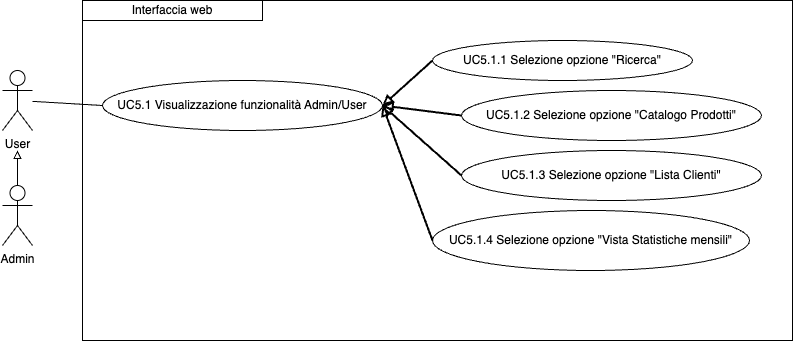
The draw.io diagram imgs/Uml/UC5.1.png in ShameIRL/farmacode, before a commit. Source tidied: cells renumbered, new cells last; positions are measured from the earlier drawing's top-left corner, leaving out a move shared by most shapes.
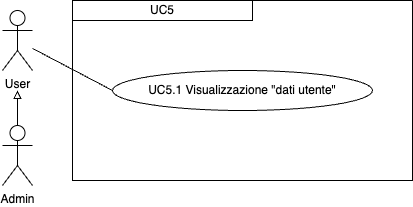
Later version of the same file.

What changed in the source:
```diff
@@ -2,54 +2,28 @@
   <root>
     <mxCell id="0" />
     <mxCell id="1" parent="0" />
-    <mxCell id="2" value="UC5.1.1 Selezione opzione &quot;Ricerca&quot;" style="ellipse;whiteSpace=wrap;html=1;" parent="1" vertex="1">
-      <mxGeometry x="430" y="40" width="260" height="40" as="geometry" />
-    </mxCell>
-    <mxCell id="3" value="UC5.1.2 Selezione opzione &quot;Catalogo Prodotti&quot;" style="ellipse;whiteSpace=wrap;html=1;" parent="1" vertex="1">
-      <mxGeometry x="459" y="90" width="300" height="50" as="geometry" />
-    </mxCell>
-    <mxCell id="4" value="UC5.1.3 Selezione opzione &quot;Lista Clienti&quot;" style="ellipse;whiteSpace=wrap;html=1;" parent="1" vertex="1">
-      <mxGeometry x="459" y="150" width="300" height="50" as="geometry" />
-    </mxCell>
-    <mxCell id="5" style="endArrow=none;html=1;rounded=0;entryX=0;entryY=0.5;entryDx=0;entryDy=0;startArrow=block;startFill=0;strokeWidth=2;exitX=1;exitY=0.5;exitDx=0;exitDy=0;" parent="1" edge="1" source="9">
-      <mxGeometry relative="1" as="geometry">
-        <mxPoint x="430" y="60" as="targetPoint" />
-      </mxGeometry>
-    </mxCell>
-    <mxCell id="6" value="UC5.1.4 Selezione opzione &quot;Vista Statistiche mensili&lt;span style=&quot;background-color: initial;&quot;&gt;&quot;&lt;/span&gt;" style="ellipse;whiteSpace=wrap;html=1;" parent="1" vertex="1">
-      <mxGeometry x="430" y="210" width="317" height="60" as="geometry" />
-    </mxCell>
-    <mxCell id="7" style="endArrow=none;html=1;rounded=0;entryX=0;entryY=0.5;entryDx=0;entryDy=0;startArrow=block;startFill=0;strokeWidth=2;exitX=1;exitY=0.5;exitDx=0;exitDy=0;" parent="1" edge="1" source="9" target="6">
-      <mxGeometry relative="1" as="geometry" />
-    </mxCell>
-    <mxCell id="8" style="endArrow=none;html=1;rounded=0;entryX=0;entryY=0.5;entryDx=0;entryDy=0;startArrow=block;startFill=0;strokeWidth=2;exitX=1;exitY=0.5;exitDx=0;exitDy=0;" parent="1" edge="1" source="9" target="3">
-      <mxGeometry relative="1" as="geometry" />
-    </mxCell>
-    <mxCell id="9" value="UC5.1 Visualizzazione funzionalità Admin/User" style="ellipse;whiteSpace=wrap;html=1;" parent="1" vertex="1">
-      <mxGeometry x="100" y="80" width="280" height="50" as="geometry" />
-    </mxCell>
     <mxCell id="10" value="User" style="shape=umlActor;verticalLabelPosition=bottom;verticalAlign=top;html=1;outlineConnect=0;" parent="1" vertex="1">
       <mxGeometry y="70" width="30" height="60" as="geometry" />
     </mxCell>
-    <mxCell id="11" style="edgeStyle=orthogonalEdgeStyle;rounded=0;jettySize=auto;html=1;exitX=0.5;exitY=0;exitDx=0;exitDy=0;exitPerimeter=0;endArrow=block;endFill=0;" parent="1" edge="1" source="12">
-      <mxGeometry relative="1" as="geometry">
-        <mxPoint x="15" y="150" as="targetPoint" />
-      </mxGeometry>
-    </mxCell>
+    <mxCell id="17" style="swimlane;startSize=0;" parent="1" vertex="1">
+      <mxGeometry x="70" y="60" width="340" height="180" as="geometry" />
+    </mxCell>
+    <mxCell id="18" value="UC5.1 Visualizzazione &quot;dati utente&quot;" style="ellipse;whiteSpace=wrap;html=1;" parent="17" vertex="1">
+      <mxGeometry x="40" y="70" width="260" height="40" as="geometry" />
+    </mxCell>
+    <mxCell id="19" value="UC5" style="rounded=0;whiteSpace=wrap;html=1;" parent="17" vertex="1">
+      <mxGeometry width="180" height="20" as="geometry" />
+    </mxCell>
+    <mxCell id="20" style="edgeStyle=orthogonalEdgeStyle;rounded=0;jettySize=auto;html=1;exitX=0.5;exitY=0;exitDx=0;exitDy=0;exitPerimeter=0;endArrow=block;endFill=0;" parent="1" edge="1" source="12">
+      <mxGeometry relative="1" as="geometry">
+        <mxPoint x="15" y="150" as="targetPoint" />
+      </mxGeometry>
+    </mxCell>
     <mxCell id="12" value="Admin" style="shape=umlActor;verticalLabelPosition=bottom;verticalAlign=top;html=1;outlineConnect=0;" parent="1" vertex="1">
       <mxGeometry y="185" width="30" height="60" as="geometry" />
     </mxCell>
-    <mxCell id="13" style="endArrow=none;html=1;rounded=0;entryX=0;entryY=0.5;entryDx=0;entryDy=0;" parent="1" edge="1" source="10" target="9">
-      <mxGeometry relative="1" as="geometry" />
-    </mxCell>
-    <mxCell id="14" style="endArrow=none;html=1;rounded=0;entryX=0;entryY=0.5;entryDx=0;entryDy=0;startArrow=block;startFill=0;strokeWidth=2;exitX=1;exitY=0.5;exitDx=0;exitDy=0;" parent="1" edge="1" source="9" target="4">
-      <mxGeometry relative="1" as="geometry" />
-    </mxCell>
-    <mxCell id="15" value="Interfaccia web" style="rounded=0;whiteSpace=wrap;html=1;" parent="1" vertex="1">
-      <mxGeometry x="80" width="180" height="20" as="geometry" />
-    </mxCell>
-    <mxCell id="16" style="rounded=0;whiteSpace=wrap;html=1;fillColor=none;" parent="1" vertex="1">
-      <mxGeometry x="80" width="710" height="340" as="geometry" />
-    </mxCell>
+    <mxCell id="21" style="endArrow=none;html=1;rounded=0;entryX=0;entryY=0.5;entryDx=0;entryDy=0;" parent="1" edge="1" source="10" target="18">
+      <mxGeometry relative="1" as="geometry" />
+    </mxCell>
   </root>
 </mxGraphModel>
```
